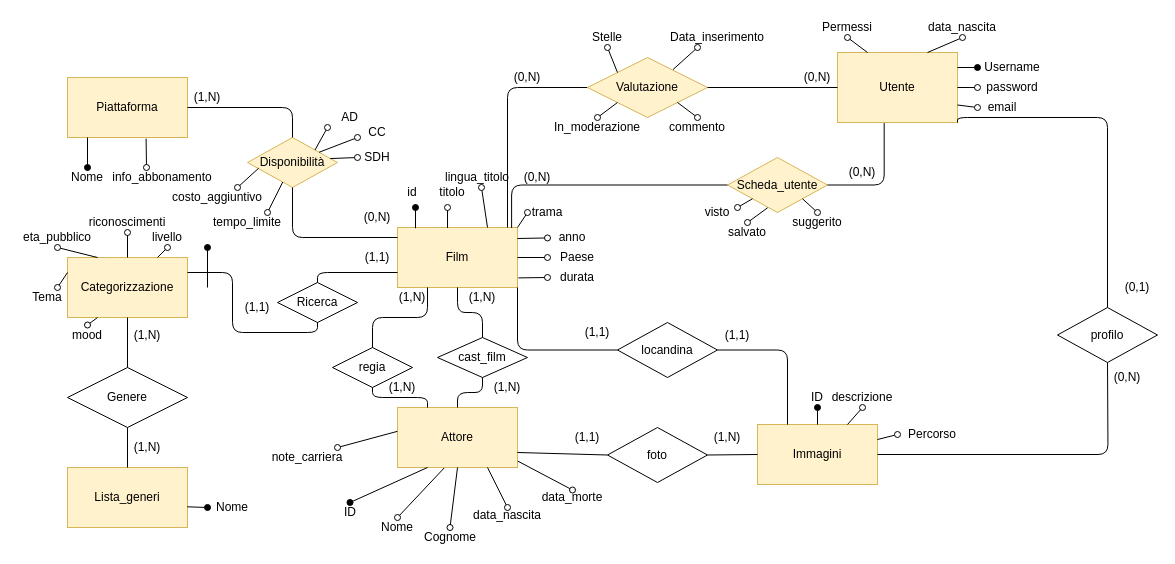
Above: database/ER_film.drawio in alessioberton/TecWeb2021 (draw.io), before the change. Source tidied: cells renumbered, new cells numbered last; positions are measured from the earlier drawing's top-left corner, leaving out a move shared by most shapes. Both pictures are drawn from the tidied source at 100%, with x=0, y=0 at pixel (17, 17).
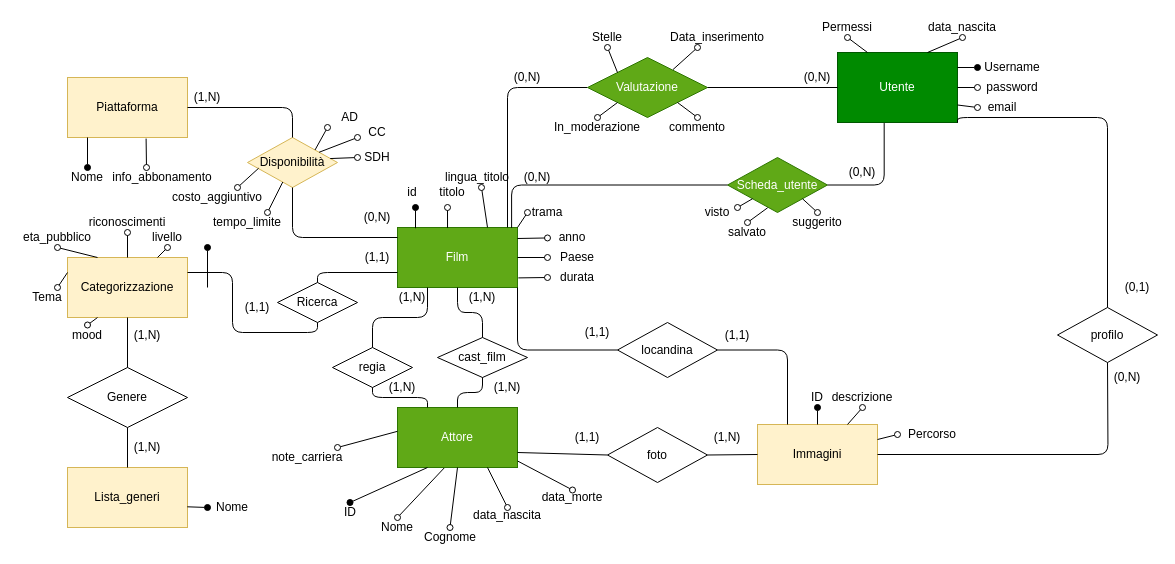
After the change.

Commit message (it also covers changes not shown here):
Prova query valutazione

Diff of the diagram source:
```diff
@@
-    <mxCell id="3" value="Film" style="rounded=0;whiteSpace=wrap;html=1;fillColor=#fff2cc;strokeColor=#d6b656;" parent="1" vertex="1">
+    <mxCell id="3" value="Film" style="rounded=0;whiteSpace=wrap;html=1;fillColor=#60a917;strokeColor=#2D7600;fontColor=#ffffff;" parent="1" vertex="1">
       <mxGeometry x="380" y="210" width="120" height="60" as="geometry" />
     </mxCell>
-    <mxCell id="4" value="Utente" style="rounded=0;whiteSpace=wrap;html=1;fillColor=#fff2cc;strokeColor=#d6b656;" parent="1" vertex="1">
+    <mxCell id="4" value="Utente" style="rounded=0;whiteSpace=wrap;html=1;fillColor=#008a00;strokeColor=#005700;fontColor=#ffffff;" parent="1" vertex="1">
       <mxGeometry x="820" y="35" width="120" height="70" as="geometry" />
     </mxCell>
-    <mxCell id="5" value="Attore" style="rounded=0;whiteSpace=wrap;html=1;fillColor=#fff2cc;strokeColor=#d6b656;" parent="1" vertex="1">
+    <mxCell id="5" value="Attore" style="rounded=0;whiteSpace=wrap;html=1;fillColor=#60a917;strokeColor=#2D7600;fontColor=#ffffff;" parent="1" vertex="1">
       <mxGeometry x="380" y="390" width="120" height="60" as="geometry" />
     </mxCell>
@@
-    <mxCell id="40" value="Scheda_utente" style="rhombus;whiteSpace=wrap;html=1;align=center;fillColor=#fff2cc;strokeColor=#d6b656;" parent="1" vertex="1">
+    <mxCell id="40" value="Scheda_utente" style="rhombus;whiteSpace=wrap;html=1;align=center;fillColor=#60a917;strokeColor=#2D7600;fontColor=#ffffff;" parent="1" vertex="1">
       <mxGeometry x="710" y="140" width="100" height="55" as="geometry" />
     </mxCell>
@@
-    <mxCell id="43" value="Valutazione" style="rhombus;whiteSpace=wrap;html=1;align=center;fillColor=#fff2cc;strokeColor=#d6b656;" parent="1" vertex="1">
+    <mxCell id="43" value="Valutazione" style="rhombus;whiteSpace=wrap;html=1;align=center;fillColor=#60a917;strokeColor=#2D7600;fontColor=#ffffff;" parent="1" vertex="1">
       <mxGeometry x="570" y="40" width="120" height="60" as="geometry" />
     </mxCell>
```
